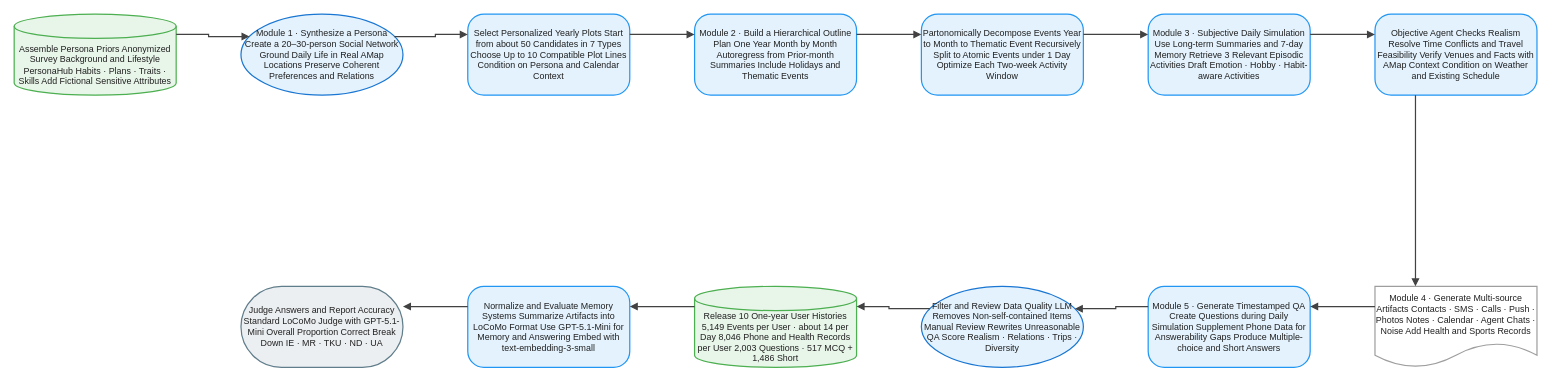
This is client/public/drawio/LifeBench/LifeBench.en.drawio from joe1chief/benchmark-hub, a draw.io file, before an edit. Source tidied: cells renumbered, new cells numbered last; positions are measured from the earlier drawing's top-left corner, leaving out a move shared by most shapes. Both pictures are drawn from the tidied source at 81%, with x=0, y=0 at pixel (14, 14).
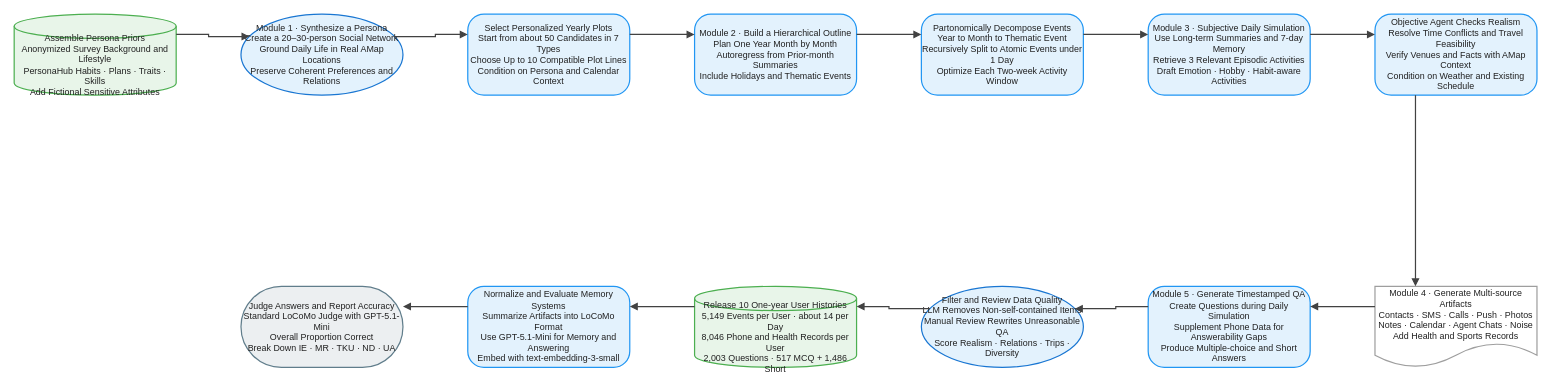
Above is the later version.

Diff of the diagram source:
```diff
@@
-    <mxCell id="2" value="Assemble Persona Priors Anonymized Survey Background and Lifestyle PersonaHub Habits · Plans · Traits · Skills Add Fictional Sensitive Attributes" style="shape=cylinder3;boundedLbl=1;backgroundOutline=1;size=15;html=1;whiteSpace=wrap;fillColor=#E8F5E9;strokeColor=#4CAF50;strokeWidth=1.5;fontColor=#212121;fontSize=11;fontFamily=Arial, Helvetica, sans-serif;verticalAlign=middle;align=center;" parent="1" vertex="1">
+    <mxCell id="2" value="Assemble Persona Priors&#10;Anonymized Survey Background and Lifestyle&#10;PersonaHub Habits · Plans · Traits · Skills&#10;Add Fictional Sensitive Attributes" style="shape=cylinder3;boundedLbl=1;backgroundOutline=1;size=15;html=0;convertToSvg=1;whiteSpace=wrap;fillColor=#E8F5E9;strokeColor=#4CAF50;strokeWidth=1.5;fontColor=#212121;fontSize=11;fontFamily=Arial, Helvetica, sans-serif;verticalAlign=middle;align=center;" parent="1" vertex="1">
       <mxGeometry width="200" height="100" as="geometry" />
     </mxCell>
-    <mxCell id="3" value="Module 1 · Synthesize a Persona Create a 20–30-person Social Network Ground Daily Life in Real AMap Locations Preserve Coherent Preferences and Relations" style="ellipse;html=1;whiteSpace=wrap;fillColor=#E3F2FD;strokeColor=#1976D2;strokeWidth=1.5;fontColor=#212121;fontSize=11;fontFamily=Arial, Helvetica, sans-serif;verticalAlign=middle;align=center;" parent="1" vertex="1">
+    <mxCell id="3" value="Module 1 · Synthesize a Persona&#10;Create a 20–30-person Social Network&#10;Ground Daily Life in Real AMap Locations&#10;Preserve Coherent Preferences and Relations" style="ellipse;html=0;convertToSvg=1;whiteSpace=wrap;fillColor=#E3F2FD;strokeColor=#1976D2;strokeWidth=1.5;fontColor=#212121;fontSize=11;fontFamily=Arial, Helvetica, sans-serif;verticalAlign=middle;align=center;" parent="1" vertex="1">
       <mxGeometry x="280" width="200" height="100" as="geometry" />
     </mxCell>
-    <mxCell id="4" value="Select Personalized Yearly Plots Start from about 50 Candidates in 7 Types Choose Up to 10 Compatible Plot Lines Condition on Persona and Calendar Context" style="rounded=1;arcSize=20;html=1;whiteSpace=wrap;fillColor=#E3F2FD;strokeColor=#2196F3;strokeWidth=1.5;fontColor=#212121;fontSize=11;fontFamily=Arial, Helvetica, sans-serif;verticalAlign=middle;align=center;" parent="1" vertex="1">
+    <mxCell id="4" value="Select Personalized Yearly Plots&#10;Start from about 50 Candidates in 7 Types&#10;Choose Up to 10 Compatible Plot Lines&#10;Condition on Persona and Calendar Context" style="rounded=1;arcSize=20;html=0;convertToSvg=1;whiteSpace=wrap;fillColor=#E3F2FD;strokeColor=#2196F3;strokeWidth=1.5;fontColor=#212121;fontSize=11;fontFamily=Arial, Helvetica, sans-serif;verticalAlign=middle;align=center;" parent="1" vertex="1">
       <mxGeometry x="560" width="200" height="100" as="geometry" />
     </mxCell>
-    <mxCell id="5" value="Module 2 · Build a Hierarchical Outline Plan One Year Month by Month Autoregress from Prior-month Summaries Include Holidays and Thematic Events" style="rounded=1;arcSize=20;html=1;whiteSpace=wrap;fillColor=#E3F2FD;strokeColor=#2196F3;strokeWidth=1.5;fontColor=#212121;fontSize=11;fontFamily=Arial, Helvetica, sans-serif;verticalAlign=middle;align=center;" parent="1" vertex="1">
+    <mxCell id="5" value="Module 2 · Build a Hierarchical Outline&#10;Plan One Year Month by Month&#10;Autoregress from Prior-month Summaries&#10;Include Holidays and Thematic Events" style="rounded=1;arcSize=20;html=0;convertToSvg=1;whiteSpace=wrap;fillColor=#E3F2FD;strokeColor=#2196F3;strokeWidth=1.5;fontColor=#212121;fontSize=11;fontFamily=Arial, Helvetica, sans-serif;verticalAlign=middle;align=center;" parent="1" vertex="1">
       <mxGeometry x="840" width="200" height="100" as="geometry" />
     </mxCell>
-    <mxCell id="6" value="Partonomically Decompose Events Year to Month to Thematic Event Recursively Split to Atomic Events under 1 Day Optimize Each Two-week Activity Window" style="rounded=1;arcSize=20;html=1;whiteSpace=wrap;fillColor=#E3F2FD;strokeColor=#2196F3;strokeWidth=1.5;fontColor=#212121;fontSize=11;fontFamily=Arial, Helvetica, sans-serif;verticalAlign=middle;align=center;" parent="1" vertex="1">
+    <mxCell id="6" value="Partonomically Decompose Events&#10;Year to Month to Thematic Event&#10;Recursively Split to Atomic Events under 1 Day&#10;Optimize Each Two-week Activity Window" style="rounded=1;arcSize=20;html=0;convertToSvg=1;whiteSpace=wrap;fillColor=#E3F2FD;strokeColor=#2196F3;strokeWidth=1.5;fontColor=#212121;fontSize=11;fontFamily=Arial, Helvetica, sans-serif;verticalAlign=middle;align=center;" parent="1" vertex="1">
       <mxGeometry x="1120" width="200" height="100" as="geometry" />
     </mxCell>
-    <mxCell id="7" value="Module 3 · Subjective Daily Simulation Use Long-term Summaries and 7-day Memory Retrieve 3 Relevant Episodic Activities Draft Emotion · Hobby · Habit-aware Activities" style="rounded=1;arcSize=20;html=1;whiteSpace=wrap;fillColor=#E3F2FD;strokeColor=#2196F3;strokeWidth=1.5;fontColor=#212121;fontSize=11;fontFamily=Arial, Helvetica, sans-serif;verticalAlign=middle;align=center;" parent="1" vertex="1">
+    <mxCell id="7" value="Module 3 · Subjective Daily Simulation&#10;Use Long-term Summaries and 7-day Memory&#10;Retrieve 3 Relevant Episodic Activities&#10;Draft Emotion · Hobby · Habit-aware Activities" style="rounded=1;arcSize=20;html=0;convertToSvg=1;whiteSpace=wrap;fillColor=#E3F2FD;strokeColor=#2196F3;strokeWidth=1.5;fontColor=#212121;fontSize=11;fontFamily=Arial, Helvetica, sans-serif;verticalAlign=middle;align=center;" parent="1" vertex="1">
       <mxGeometry x="1400" width="200" height="100" as="geometry" />
     </mxCell>
-    <mxCell id="8" value="Objective Agent Checks Realism Resolve Time Conflicts and Travel Feasibility Verify Venues and Facts with AMap Context Condition on Weather and Existing Schedule" style="rounded=1;arcSize=20;html=1;whiteSpace=wrap;fillColor=#E3F2FD;strokeColor=#2196F3;strokeWidth=1.5;fontColor=#212121;fontSize=11;fontFamily=Arial, Helvetica, sans-serif;verticalAlign=middle;align=center;" parent="1" vertex="1">
+    <mxCell id="8" value="Objective Agent Checks Realism&#10;Resolve Time Conflicts and Travel Feasibility&#10;Verify Venues and Facts with AMap Context&#10;Condition on Weather and Existing Schedule" style="rounded=1;arcSize=20;html=0;convertToSvg=1;whiteSpace=wrap;fillColor=#E3F2FD;strokeColor=#2196F3;strokeWidth=1.5;fontColor=#212121;fontSize=11;fontFamily=Arial, Helvetica, sans-serif;verticalAlign=middle;align=center;" parent="1" vertex="1">
       <mxGeometry x="1680" width="200" height="100" as="geometry" />
     </mxCell>
-    <mxCell id="9" value="Module 4 · Generate Multi-source Artifacts Contacts · SMS · Calls · Push · Photos Notes · Calendar · Agent Chats · Noise Add Health and Sports Records" style="shape=document;boundedLbl=1;html=1;whiteSpace=wrap;fillColor=#FFFFFF;strokeColor=#9E9E9E;strokeWidth=1.5;fontColor=#212121;fontSize=11;fontFamily=Arial, Helvetica, sans-serif;verticalAlign=middle;align=center;" parent="1" vertex="1">
+    <mxCell id="9" value="Module 4 · Generate Multi-source Artifacts&#10;Contacts · SMS · Calls · Push · Photos&#10;Notes · Calendar · Agent Chats · Noise&#10;Add Health and Sports Records" style="shape=document;boundedLbl=1;html=0;convertToSvg=1;whiteSpace=wrap;fillColor=#FFFFFF;strokeColor=#9E9E9E;strokeWidth=1.5;fontColor=#212121;fontSize=11;fontFamily=Arial, Helvetica, sans-serif;verticalAlign=middle;align=center;" parent="1" vertex="1">
       <mxGeometry x="1680" y="336" width="200" height="100" as="geometry" />
     </mxCell>
-    <mxCell id="10" value="Module 5 · Generate Timestamped QA Create Questions during Daily Simulation Supplement Phone Data for Answerability Gaps Produce Multiple-choice and Short Answers" style="rounded=1;arcSize=20;html=1;whiteSpace=wrap;fillColor=#E3F2FD;strokeColor=#2196F3;strokeWidth=1.5;fontColor=#212121;fontSize=11;fontFamily=Arial, Helvetica, sans-serif;verticalAlign=middle;align=center;" parent="1" vertex="1">
+    <mxCell id="10" value="Module 5 · Generate Timestamped QA&#10;Create Questions during Daily Simulation&#10;Supplement Phone Data for Answerability Gaps&#10;Produce Multiple-choice and Short Answers" style="rounded=1;arcSize=20;html=0;convertToSvg=1;whiteSpace=wrap;fillColor=#E3F2FD;strokeColor=#2196F3;strokeWidth=1.5;fontColor=#212121;fontSize=11;fontFamily=Arial, Helvetica, sans-serif;verticalAlign=middle;align=center;" parent="1" vertex="1">
       <mxGeometry x="1400" y="336" width="200" height="100" as="geometry" />
     </mxCell>
-    <mxCell id="11" value="Filter and Review Data Quality LLM Removes Non-self-contained Items Manual Review Rewrites Unreasonable QA Score Realism · Relations · Trips · Diversity" style="ellipse;html=1;whiteSpace=wrap;fillColor=#E3F2FD;strokeColor=#1976D2;strokeWidth=1.5;fontColor=#212121;fontSize=11;fontFamily=Arial, Helvetica, sans-serif;verticalAlign=middle;align=center;" parent="1" vertex="1">
+    <mxCell id="11" value="Filter and Review Data Quality&#10;LLM Removes Non-self-contained Items&#10;Manual Review Rewrites Unreasonable QA&#10;Score Realism · Relations · Trips · Diversity" style="ellipse;html=0;convertToSvg=1;whiteSpace=wrap;fillColor=#E3F2FD;strokeColor=#1976D2;strokeWidth=1.5;fontColor=#212121;fontSize=11;fontFamily=Arial, Helvetica, sans-serif;verticalAlign=middle;align=center;" parent="1" vertex="1">
       <mxGeometry x="1120" y="336" width="200" height="100" as="geometry" />
     </mxCell>
-    <mxCell id="12" value="Release 10 One-year User Histories 5,149 Events per User · about 14 per Day 8,046 Phone and Health Records per User 2,003 Questions · 517 MCQ + 1,486 Short" style="shape=cylinder3;boundedLbl=1;backgroundOutline=1;size=15;html=1;whiteSpace=wrap;fillColor=#E8F5E9;strokeColor=#4CAF50;strokeWidth=1.5;fontColor=#212121;fontSize=11;fontFamily=Arial, Helvetica, sans-serif;verticalAlign=middle;align=center;" parent="1" vertex="1">
+    <mxCell id="12" value="Release 10 One-year User Histories&#10;5,149 Events per User · about 14 per Day&#10;8,046 Phone and Health Records per User&#10;2,003 Questions · 517 MCQ + 1,486 Short" style="shape=cylinder3;boundedLbl=1;backgroundOutline=1;size=15;html=0;convertToSvg=1;whiteSpace=wrap;fillColor=#E8F5E9;strokeColor=#4CAF50;strokeWidth=1.5;fontColor=#212121;fontSize=11;fontFamily=Arial, Helvetica, sans-serif;verticalAlign=middle;align=center;" parent="1" vertex="1">
       <mxGeometry x="840" y="336" width="200" height="100" as="geometry" />
     </mxCell>
-    <mxCell id="13" value="Normalize and Evaluate Memory Systems Summarize Artifacts into LoCoMo Format Use GPT-5.1-Mini for Memory and Answering Embed with text-embedding-3-small" style="rounded=1;arcSize=20;html=1;whiteSpace=wrap;fillColor=#E3F2FD;strokeColor=#2196F3;strokeWidth=1.5;fontColor=#212121;fontSize=11;fontFamily=Arial, Helvetica, sans-serif;verticalAlign=middle;align=center;" parent="1" vertex="1">
+    <mxCell id="13" value="Normalize and Evaluate Memory Systems&#10;Summarize Artifacts into LoCoMo Format&#10;Use GPT-5.1-Mini for Memory and Answering&#10;Embed with text-embedding-3-small" style="rounded=1;arcSize=20;html=0;convertToSvg=1;whiteSpace=wrap;fillColor=#E3F2FD;strokeColor=#2196F3;strokeWidth=1.5;fontColor=#212121;fontSize=11;fontFamily=Arial, Helvetica, sans-serif;verticalAlign=middle;align=center;" parent="1" vertex="1">
       <mxGeometry x="560" y="336" width="200" height="100" as="geometry" />
     </mxCell>
-    <mxCell id="14" value="Judge Answers and Report Accuracy Standard LoCoMo Judge with GPT-5.1-Mini Overall Proportion Correct Break Down IE · MR · TKU · ND · UA" style="rounded=1;arcSize=50;html=1;whiteSpace=wrap;fillColor=#ECEFF1;strokeColor=#607D8B;strokeWidth=1.5;fontColor=#212121;fontSize=11;fontFamily=Arial, Helvetica, sans-serif;verticalAlign=middle;align=center;" parent="1" vertex="1">
+    <mxCell id="14" value="Judge Answers and Report Accuracy&#10;Standard LoCoMo Judge with GPT-5.1-Mini&#10;Overall Proportion Correct&#10;Break Down IE · MR · TKU · ND · UA" style="rounded=1;arcSize=50;html=0;convertToSvg=1;whiteSpace=wrap;fillColor=#ECEFF1;strokeColor=#607D8B;strokeWidth=1.5;fontColor=#212121;fontSize=11;fontFamily=Arial, Helvetica, sans-serif;verticalAlign=middle;align=center;" parent="1" vertex="1">
       <mxGeometry x="280" y="336" width="200" height="100" as="geometry" />
     </mxCell>
-    <mxCell id="15" style="edgeStyle=orthogonalEdgeStyle;rounded=0;jettySize=auto;html=1;strokeColor=#424242;strokeWidth=1.5;endArrow=block;endFill=1;exitX=1;exitY=0.25;exitDx=0;exitDy=0;entryX=0;entryY=0.25;entryDx=0;entryDy=0;jumpStyle=arc;jumpSize=8;" parent="1" edge="1" source="2" target="3">
+    <mxCell id="15" style="edgeStyle=orthogonalEdgeStyle;rounded=0;jettySize=auto;html=0;convertToSvg=1;strokeColor=#424242;strokeWidth=1.5;endArrow=block;endFill=1;exitX=1;exitY=0.25;exitDx=0;exitDy=0;entryX=0;entryY=0.25;entryDx=0;entryDy=0;jumpStyle=arc;jumpSize=8;" parent="1" edge="1" source="2" target="3">
       <mxGeometry relative="1" as="geometry" />
     </mxCell>
-    <mxCell id="16" style="edgeStyle=orthogonalEdgeStyle;rounded=0;jettySize=auto;html=1;strokeColor=#424242;strokeWidth=1.5;endArrow=block;endFill=1;exitX=1;exitY=0.25;exitDx=0;exitDy=0;entryX=0;entryY=0.25;entryDx=0;entryDy=0;jumpStyle=arc;jumpSize=8;" parent="1" edge="1" source="3" target="4">
+    <mxCell id="16" style="edgeStyle=orthogonalEdgeStyle;rounded=0;jettySize=auto;html=0;convertToSvg=1;strokeColor=#424242;strokeWidth=1.5;endArrow=block;endFill=1;exitX=1;exitY=0.25;exitDx=0;exitDy=0;entryX=0;entryY=0.25;entryDx=0;entryDy=0;jumpStyle=arc;jumpSize=8;" parent="1" edge="1" source="3" target="4">
       <mxGeometry relative="1" as="geometry" />
     </mxCell>
-    <mxCell id="17" style="edgeStyle=orthogonalEdgeStyle;rounded=0;jettySize=auto;html=1;strokeColor=#424242;strokeWidth=1.5;endArrow=block;endFill=1;exitX=1;exitY=0.25;exitDx=0;exitDy=0;entryX=0;entryY=0.25;entryDx=0;entryDy=0;jumpStyle=arc;jumpSize=8;" parent="1" edge="1" source="4" target="5">
+    <mxCell id="17" style="edgeStyle=orthogonalEdgeStyle;rounded=0;jettySize=auto;html=0;convertToSvg=1;strokeColor=#424242;strokeWidth=1.5;endArrow=block;endFill=1;exitX=1;exitY=0.25;exitDx=0;exitDy=0;entryX=0;entryY=0.25;entryDx=0;entryDy=0;jumpStyle=arc;jumpSize=8;" parent="1" edge="1" source="4" target="5">
       <mxGeometry relative="1" as="geometry" />
     </mxCell>
-    <mxCell id="18" style="edgeStyle=orthogonalEdgeStyle;rounded=0;jettySize=auto;html=1;strokeColor=#424242;strokeWidth=1.5;endArrow=block;endFill=1;exitX=1;exitY=0.25;exitDx=0;exitDy=0;entryX=0;entryY=0.25;entryDx=0;entryDy=0;jumpStyle=arc;jumpSize=8;" parent="1" edge="1" source="5" target="6">
+    <mxCell id="18" style="edgeStyle=orthogonalEdgeStyle;rounded=0;jettySize=auto;html=0;convertToSvg=1;strokeColor=#424242;strokeWidth=1.5;endArrow=block;endFill=1;exitX=1;exitY=0.25;exitDx=0;exitDy=0;entryX=0;entryY=0.25;entryDx=0;entryDy=0;jumpStyle=arc;jumpSize=8;" parent="1" edge="1" source="5" target="6">
       <mxGeometry relative="1" as="geometry" />
     </mxCell>
-    <mxCell id="19" style="edgeStyle=orthogonalEdgeStyle;rounded=0;jettySize=auto;html=1;strokeColor=#424242;strokeWidth=1.5;endArrow=block;endFill=1;exitX=1;exitY=0.25;exitDx=0;exitDy=0;entryX=0;entryY=0.25;entryDx=0;entryDy=0;jumpStyle=arc;jumpSize=8;" parent="1" edge="1" source="6" target="7">
+    <mxCell id="19" style="edgeStyle=orthogonalEdgeStyle;rounded=0;jettySize=auto;html=0;convertToSvg=1;strokeColor=#424242;strokeWidth=1.5;endArrow=block;endFill=1;exitX=1;exitY=0.25;exitDx=0;exitDy=0;entryX=0;entryY=0.25;entryDx=0;entryDy=0;jumpStyle=arc;jumpSize=8;" parent="1" edge="1" source="6" target="7">
       <mxGeometry relative="1" as="geometry" />
     </mxCell>
-    <mxCell id="20" style="edgeStyle=orthogonalEdgeStyle;rounded=0;jettySize=auto;html=1;strokeColor=#424242;strokeWidth=1.5;endArrow=block;endFill=1;exitX=1;exitY=0.25;exitDx=0;exitDy=0;entryX=0;entryY=0.25;entryDx=0;entryDy=0;jumpStyle=arc;jumpSize=8;" parent="1" edge="1" source="7" target="8">
+    <mxCell id="20" style="edgeStyle=orthogonalEdgeStyle;rounded=0;jettySize=auto;html=0;convertToSvg=1;strokeColor=#424242;strokeWidth=1.5;endArrow=block;endFill=1;exitX=1;exitY=0.25;exitDx=0;exitDy=0;entryX=0;entryY=0.25;entryDx=0;entryDy=0;jumpStyle=arc;jumpSize=8;" parent="1" edge="1" source="7" target="8">
       <mxGeometry relative="1" as="geometry" />
     </mxCell>
-    <mxCell id="21" style="edgeStyle=orthogonalEdgeStyle;rounded=0;jettySize=auto;html=1;strokeColor=#424242;strokeWidth=1.5;endArrow=block;endFill=1;exitX=0.25;exitY=1;exitDx=0;exitDy=0;entryX=0.25;entryY=0;entryDx=0;entryDy=0;jumpStyle=arc;jumpSize=8;" parent="1" edge="1" source="8" target="9">
+    <mxCell id="21" style="edgeStyle=orthogonalEdgeStyle;rounded=0;jettySize=auto;html=0;convertToSvg=1;strokeColor=#424242;strokeWidth=1.5;endArrow=block;endFill=1;exitX=0.25;exitY=1;exitDx=0;exitDy=0;entryX=0.25;entryY=0;entryDx=0;entryDy=0;jumpStyle=arc;jumpSize=8;" parent="1" edge="1" source="8" target="9">
       <mxGeometry relative="1" as="geometry" />
     </mxCell>
-    <mxCell id="22" style="edgeStyle=orthogonalEdgeStyle;rounded=0;jettySize=auto;html=1;strokeColor=#424242;strokeWidth=1.5;endArrow=block;endFill=1;exitX=0;exitY=0.25;exitDx=0;exitDy=0;entryX=1;entryY=0.25;entryDx=0;entryDy=0;jumpStyle=arc;jumpSize=8;" parent="1" edge="1" source="9" target="10">
+    <mxCell id="22" style="edgeStyle=orthogonalEdgeStyle;rounded=0;jettySize=auto;html=0;convertToSvg=1;strokeColor=#424242;strokeWidth=1.5;endArrow=block;endFill=1;exitX=0;exitY=0.25;exitDx=0;exitDy=0;entryX=1;entryY=0.25;entryDx=0;entryDy=0;jumpStyle=arc;jumpSize=8;" parent="1" edge="1" source="9" target="10">
       <mxGeometry relative="1" as="geometry" />
     </mxCell>
-    <mxCell id="23" style="edgeStyle=orthogonalEdgeStyle;rounded=0;jettySize=auto;html=1;strokeColor=#424242;strokeWidth=1.5;endArrow=block;endFill=1;exitX=0;exitY=0.25;exitDx=0;exitDy=0;entryX=1;entryY=0.25;entryDx=0;entryDy=0;jumpStyle=arc;jumpSize=8;" parent="1" edge="1" source="10" target="11">
+    <mxCell id="23" style="edgeStyle=orthogonalEdgeStyle;rounded=0;jettySize=auto;html=0;convertToSvg=1;strokeColor=#424242;strokeWidth=1.5;endArrow=block;endFill=1;exitX=0;exitY=0.25;exitDx=0;exitDy=0;entryX=1;entryY=0.25;entryDx=0;entryDy=0;jumpStyle=arc;jumpSize=8;" parent="1" edge="1" source="10" target="11">
       <mxGeometry relative="1" as="geometry" />
     </mxCell>
-    <mxCell id="24" style="edgeStyle=orthogonalEdgeStyle;rounded=0;jettySize=auto;html=1;strokeColor=#424242;strokeWidth=1.5;endArrow=block;endFill=1;exitX=0;exitY=0.25;exitDx=0;exitDy=0;entryX=1;entryY=0.25;entryDx=0;entryDy=0;jumpStyle=arc;jumpSize=8;" parent="1" edge="1" source="11" target="12">
+    <mxCell id="24" style="edgeStyle=orthogonalEdgeStyle;rounded=0;jettySize=auto;html=0;convertToSvg=1;strokeColor=#424242;strokeWidth=1.5;endArrow=block;endFill=1;exitX=0;exitY=0.25;exitDx=0;exitDy=0;entryX=1;entryY=0.25;entryDx=0;entryDy=0;jumpStyle=arc;jumpSize=8;" parent="1" edge="1" source="11" target="12">
       <mxGeometry relative="1" as="geometry" />
     </mxCell>
-    <mxCell id="25" style="edgeStyle=orthogonalEdgeStyle;rounded=0;jettySize=auto;html=1;strokeColor=#424242;strokeWidth=1.5;endArrow=block;endFill=1;exitX=0;exitY=0.25;exitDx=0;exitDy=0;entryX=1;entryY=0.25;entryDx=0;entryDy=0;jumpStyle=arc;jumpSize=8;" parent="1" edge="1" source="12" target="13">
+    <mxCell id="25" style="edgeStyle=orthogonalEdgeStyle;rounded=0;jettySize=auto;html=0;convertToSvg=1;strokeColor=#424242;strokeWidth=1.5;endArrow=block;endFill=1;exitX=0;exitY=0.25;exitDx=0;exitDy=0;entryX=1;entryY=0.25;entryDx=0;entryDy=0;jumpStyle=arc;jumpSize=8;" parent="1" edge="1" source="12" target="13">
       <mxGeometry relative="1" as="geometry" />
     </mxCell>
-    <mxCell id="26" style="edgeStyle=orthogonalEdgeStyle;rounded=0;jettySize=auto;html=1;strokeColor=#424242;strokeWidth=1.5;endArrow=block;endFill=1;exitX=0;exitY=0.25;exitDx=0;exitDy=0;entryX=1;entryY=0.25;entryDx=0;entryDy=0;jumpStyle=arc;jumpSize=8;" parent="1" edge="1" source="13" target="14">
+    <mxCell id="26" style="edgeStyle=orthogonalEdgeStyle;rounded=0;jettySize=auto;html=0;convertToSvg=1;strokeColor=#424242;strokeWidth=1.5;endArrow=block;endFill=1;exitX=0;exitY=0.25;exitDx=0;exitDy=0;entryX=1;entryY=0.25;entryDx=0;entryDy=0;jumpStyle=arc;jumpSize=8;" parent="1" edge="1" source="13" target="14">
       <mxGeometry relative="1" as="geometry" />
     </mxCell>
```
